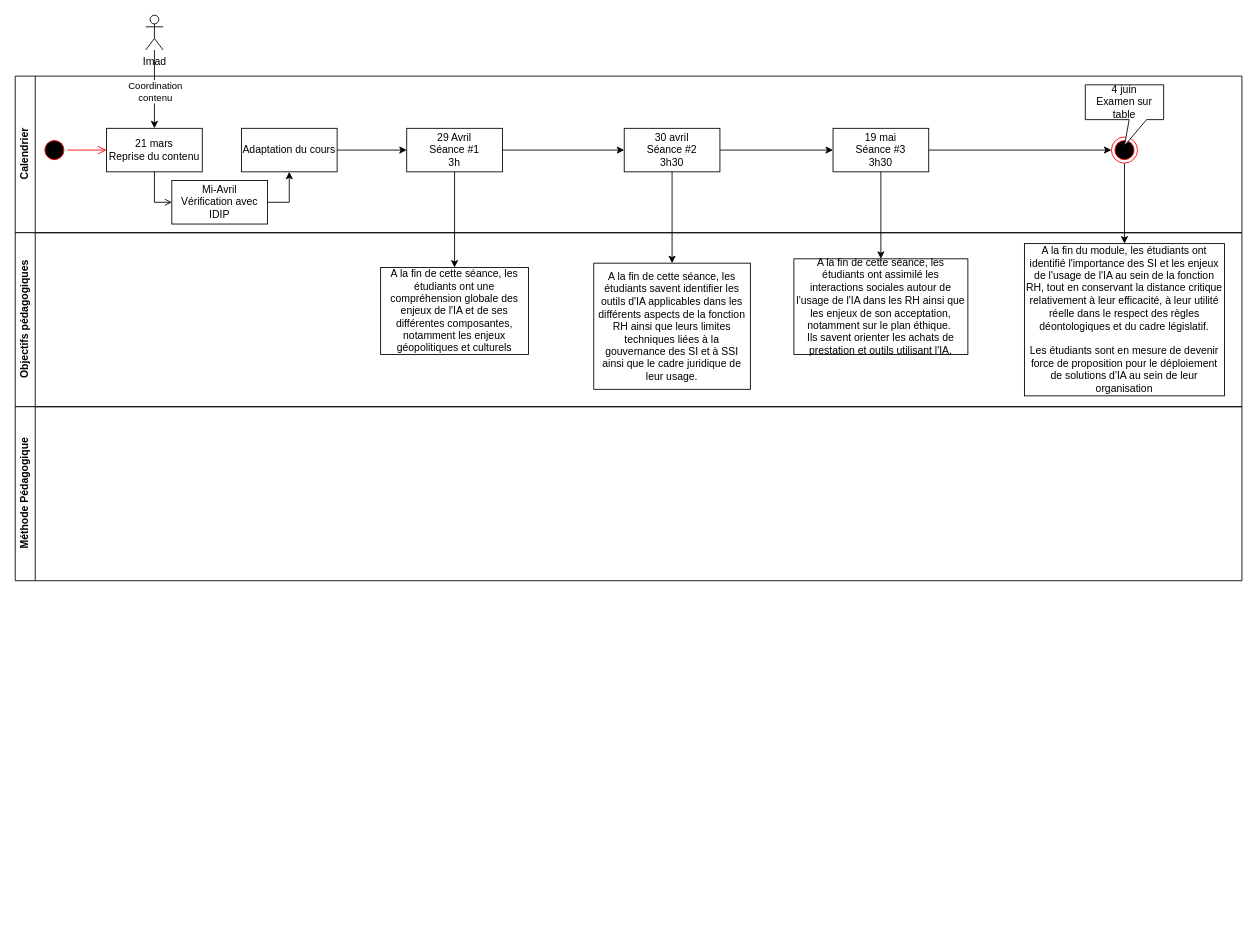
Before: page "Page-1" (1 of 2) of Cours IA et RH.drawio in Fabrice-64/Drawings, a draw.io diagram. Source tidied: cells renumbered, new cells numbered last; positions are measured from the earlier drawing's top-left corner, leaving out a move shared by most shapes. Both pictures are drawn from the tidied source at 87%, with x=0, y=0 at pixel (15, 15). Pictures stored in the file or linked from it are replaced by grey dashed boxes.
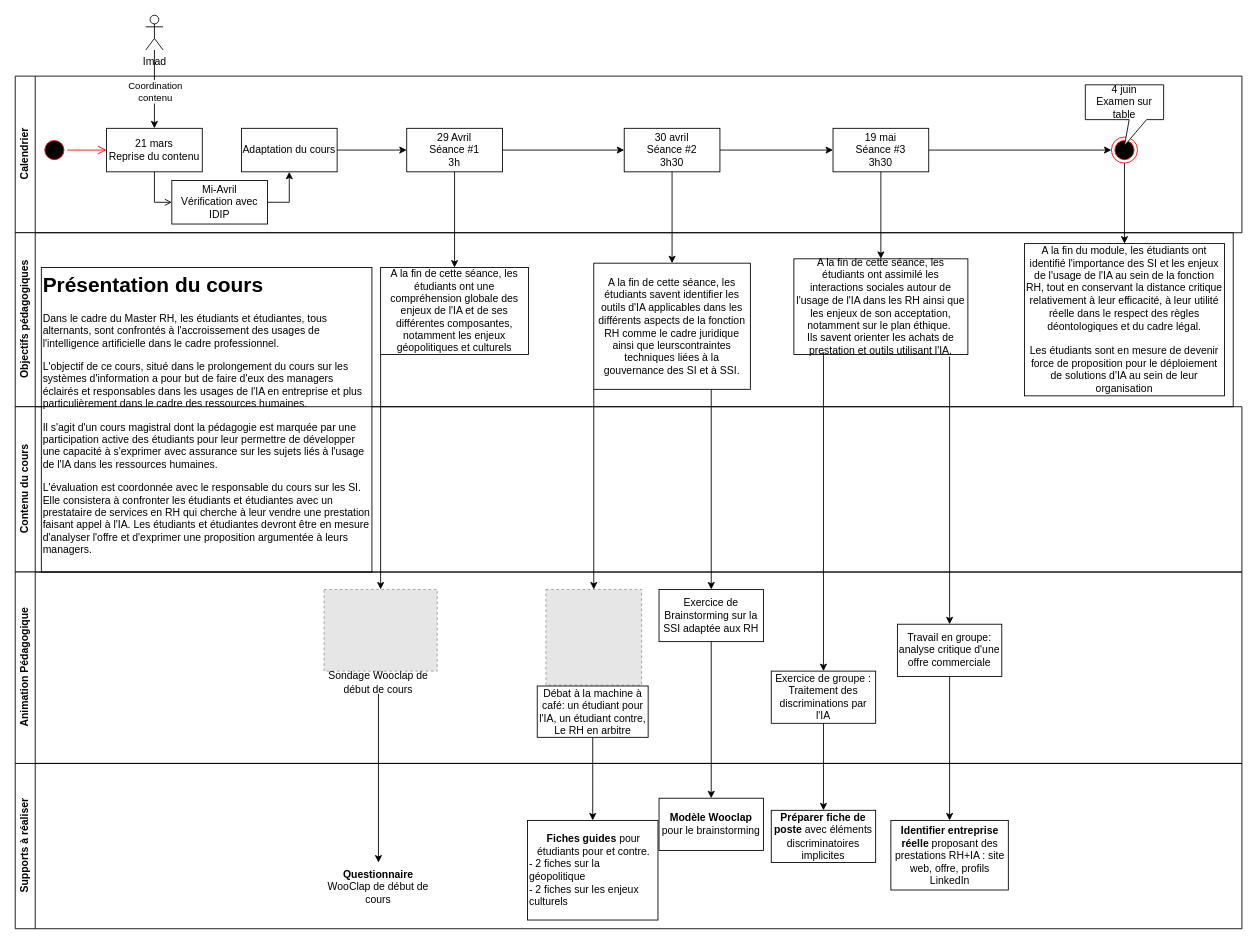
The same diagram, later.

Commit message:
Mettre à jour Cours IA et RH.drawio

Unchanged cells that the change refers to:
```xml
<mxCell id="11" value="29 Avril&lt;br&gt;Séance #1&lt;br&gt;3h" style="html=1;whiteSpace=wrap;" parent="2" vertex="1">
  <mxGeometry x="450" y="60" width="110" height="50" as="geometry" />
</mxCell>
<mxCell id="13" value="30 avril&lt;br&gt;Séance #2&lt;br&gt;3h30" style="html=1;whiteSpace=wrap;" parent="2" vertex="1">
  <mxGeometry x="700" y="60" width="110" height="50" as="geometry" />
</mxCell>
<mxCell id="15" value="19 mai&lt;br&gt;Séance #3&lt;br&gt;3h30" style="html=1;whiteSpace=wrap;" parent="2" vertex="1">
  <mxGeometry x="940" y="60" width="110" height="50" as="geometry" />
</mxCell>
<mxCell id="16" style="ellipse;html=1;shape=endState;fillColor=#000000;strokeColor=#ff0000;" parent="2" vertex="1">
  <mxGeometry x="1260" y="70" width="30" height="30" as="geometry" />
</mxCell>
<mxCell id="23" value="A la fin de cette séance, les étudiants ont une compréhension globale des enjeux de l'IA et de ses différentes composantes, notamment les enjeux géopolitiques et culturels" style="html=1;whiteSpace=wrap;movableLabel=0;" parent="22" vertex="1">
  <mxGeometry x="420" y="40" width="170" height="100" as="geometry" />
</mxCell>
<mxCell id="25" value="A la fin de cette séance, les étudiants ont assimilé les interactions sociales autour de l'usage de l'IA dans les RH ainsi que les enjeux de son acceptation, notamment sur le plan éthique.&amp;nbsp;&lt;br&gt;Ils savent orienter les achats de prestation et outils utilisant l'IA." style="html=1;whiteSpace=wrap;" parent="22" vertex="1">
  <mxGeometry x="895" y="30" width="200" height="110" as="geometry" />
</mxCell>
```

The edit, as a diff of the source:
```diff
@@
+    <mxCell id="28" style="edgeStyle=orthogonalEdgeStyle;rounded=0;jettySize=auto;html=1;" parent="1" edge="1" source="13" target="24">
+      <mxGeometry relative="1" as="geometry" />
+    </mxCell>
+    <mxCell id="29" style="edgeStyle=orthogonalEdgeStyle;rounded=0;jettySize=auto;html=1;entryX=0.5;entryY=0;entryDx=0;entryDy=0;" parent="1" edge="1" source="11" target="23">
+      <mxGeometry relative="1" as="geometry" />
+    </mxCell>
+    <mxCell id="30" style="edgeStyle=orthogonalEdgeStyle;rounded=0;jettySize=auto;html=1;entryX=0.5;entryY=0;entryDx=0;entryDy=0;" parent="1" edge="1" source="15" target="25">
+      <mxGeometry relative="1" as="geometry" />
+    </mxCell>
+    <mxCell id="31" style="edgeStyle=orthogonalEdgeStyle;rounded=0;jettySize=auto;html=1;exitX=0.5;exitY=1;exitDx=0;exitDy=0;entryX=0.5;entryY=0;entryDx=0;entryDy=0;" parent="1" edge="1" source="16" target="26">
+      <mxGeometry relative="1" as="geometry" />
+    </mxCell>
-    <mxCell id="22" value="Objectifs pédagogiques" style="swimlane;horizontal=0;whiteSpace=wrap;html=1;" parent="1" vertex="1">
-      <mxGeometry y="250" width="1410" height="200" as="geometry" />
+    <mxCell id="22" value="Objectifs pédagogiques" style="swimlane;horizontal=0;whiteSpace=wrap;html=1;perimeterSpacing=1;" parent="1" vertex="1">
+      <mxGeometry y="250" width="1400" height="200" as="geometry" />
     </mxCell>
@@
-    <mxCell id="24" value="A la fin de cette séance, les étudiants savent identifier les outils d'IA applicables dans les différents aspects de la fonction RH ainsi que leurs limites techniques liées à la gouvernance des SI et à SSI ainsi que le cadre juridique de leur usage." style="html=1;whiteSpace=wrap;" parent="22" vertex="1">
+    <mxCell id="24" value="A la fin de cette séance, les étudiants savent identifier les outils d'IA applicables dans les différents aspects de la fonction RH comme le cadre juridique ainsi que leurscontraintes techniques liées à la gouvernance des SI et à SSI." style="html=1;whiteSpace=wrap;" parent="22" vertex="1">
       <mxGeometry x="665" y="35" width="180" height="145" as="geometry" />
     </mxCell>
@@
-    <mxCell id="26" value="A la fin du module, les étudiants ont identifié l'importance des SI et les enjeux de l'usage de l'IA au sein de la fonction RH, tout en conservant la distance critique relativement à leur efficacité, à leur utilité réelle dans le respect des règles déontologiques et du cadre législatif.&lt;br&gt;&lt;br&gt;Les étudiants sont en mesure de devenir force de proposition pour le déploiement de solutions d'IA au sein de leur organisation" style="html=1;whiteSpace=wrap;" parent="22" vertex="1">
+    <mxCell id="26" value="A la fin du module, les étudiants ont identifié l'importance des SI et les enjeux de l'usage de l'IA au sein de la fonction RH, tout en conservant la distance critique relativement à leur efficacité, à leur utilité réelle dans le respect des règles déontologiques et du cadre légal.&lt;br&gt;&lt;br&gt;Les étudiants sont en mesure de devenir force de proposition pour le déploiement de solutions d'IA au sein de leur organisation" style="html=1;whiteSpace=wrap;" parent="22" vertex="1">
       <mxGeometry x="1160" y="12.5" width="230" height="175" as="geometry" />
     </mxCell>
-    <mxCell id="27" value="Méthode Pédagogique" style="swimlane;horizontal=0;whiteSpace=wrap;html=1;" parent="1" vertex="1">
-      <mxGeometry y="450" width="1410" height="200" as="geometry" />
-    </mxCell>
-    <mxCell id="28" style="edgeStyle=orthogonalEdgeStyle;rounded=0;jettySize=auto;html=1;" parent="1" edge="1" source="13" target="24">
-      <mxGeometry relative="1" as="geometry" />
-    </mxCell>
-    <mxCell id="29" style="edgeStyle=orthogonalEdgeStyle;rounded=0;jettySize=auto;html=1;entryX=0.5;entryY=0;entryDx=0;entryDy=0;" parent="1" edge="1" source="11" target="23">
-      <mxGeometry relative="1" as="geometry" />
-    </mxCell>
-    <mxCell id="30" style="edgeStyle=orthogonalEdgeStyle;rounded=0;jettySize=auto;html=1;entryX=0.5;entryY=0;entryDx=0;entryDy=0;" parent="1" edge="1" source="15" target="25">
-      <mxGeometry relative="1" as="geometry" />
-    </mxCell>
-    <mxCell id="31" style="edgeStyle=orthogonalEdgeStyle;rounded=0;jettySize=auto;html=1;exitX=0.5;exitY=1;exitDx=0;exitDy=0;entryX=0.5;entryY=0;entryDx=0;entryDy=0;" parent="1" edge="1" source="16" target="26">
-      <mxGeometry relative="1" as="geometry" />
-    </mxCell>
+    <mxCell id="32" value="&lt;h1 style=&quot;margin-top: 0px;&quot;&gt;Présentation du cours&lt;/h1&gt;&lt;p&gt;Dans le cadre du Master RH, les étudiants et étudiantes, tous alternants, sont confrontés à l'accroissement des usages de l'intelligence artificielle dans le cadre professionnel.&lt;/p&gt;&lt;p&gt;L'objectif de ce cours, situé dans le prolongement du cours sur les systèmes d'information a pour but de faire d'eux des managers éclairés et responsables dans les usages de l'IA en entreprise et plus particulièrement dans le cadre des ressources humaines.&lt;/p&gt;&lt;p&gt;Il s'agit d'un cours magistral dont la pédagogie est marquée par une participation active des étudiants pour leur permettre de développer une capacité à s'exprimer avec assurance sur les sujets liés à l'usage de l'IA dans les ressources humaines.&lt;/p&gt;&lt;p&gt;L'évaluation est coordonnée avec le responsable du cours sur les SI. Elle consistera à confronter les étudiants et étudiantes avec un prestataire de services en RH qui cherche à leur vendre une prestation faisant appel à l'IA.&amp;nbsp;Les étudiants et étudiantes devront être en mesure d'analyser l'offre et d'exprimer une proposition argumentée à leurs managers.&lt;/p&gt;&lt;p&gt;&lt;br&gt;&lt;/p&gt;&lt;p&gt;&lt;br&gt;&lt;/p&gt;" style="text;html=1;whiteSpace=wrap;overflow=hidden;rounded=0;fillColor=#FFFFFF;strokeColor=default;glass=0;" parent="22" vertex="1">
+      <mxGeometry x="30" y="40" width="380" height="350" as="geometry" />
+    </mxCell>
+    <mxCell id="33" value="Supports à réaliser" style="swimlane;horizontal=0;whiteSpace=wrap;html=1;perimeterSpacing=1;" parent="1" vertex="1">
+      <mxGeometry y="860" width="1410" height="190" as="geometry" />
+    </mxCell>
+    <mxCell id="34" value="&lt;b&gt;Questionnaire&lt;/b&gt; WooClap de début de cours" style="text;html=1;align=center;verticalAlign=middle;whiteSpace=wrap;rounded=0;" parent="33" vertex="1">
+      <mxGeometry x="355" y="113.9" width="125" height="56.1" as="geometry" />
+    </mxCell>
+    <mxCell id="35" value="&lt;div style=&quot;text-align: center;&quot;&gt;&lt;span style=&quot;background-color: transparent; color: light-dark(rgb(0, 0, 0), rgb(255, 255, 255));&quot;&gt;&lt;b&gt;Fiches guides&lt;/b&gt; pour étudiants pour et contre.&lt;/span&gt;&lt;/div&gt;&lt;div style=&quot;&quot;&gt;&lt;span style=&quot;background-color: transparent; color: light-dark(rgb(0, 0, 0), rgb(255, 255, 255));&quot;&gt;- 2 fiches sur la géopolitique&lt;/span&gt;&lt;/div&gt;&lt;div&gt;- 2 fiches sur les enjeux culturels&lt;/div&gt;" style="text;html=1;align=left;verticalAlign=middle;whiteSpace=wrap;rounded=0;strokeColor=default;" parent="33" vertex="1">
+      <mxGeometry x="588.8" y="65.5" width="150" height="114.5" as="geometry" />
+    </mxCell>
+    <mxCell id="36" value="&lt;b&gt;Identifier entreprise réelle&lt;/b&gt; proposant des prestations RH+IA : site web, offre, profils LinkedIn" style="whiteSpace=wrap;html=1;" parent="33" vertex="1">
+      <mxGeometry x="1006.5" y="65.5" width="135" height="80" as="geometry" />
+    </mxCell>
+    <mxCell id="37" value="&lt;b&gt;Modèle Wooclap&lt;/b&gt; pour le brainstorming" style="whiteSpace=wrap;html=1;" parent="33" vertex="1">
+      <mxGeometry x="740" y="40" width="120" height="60" as="geometry" />
+    </mxCell>
+    <mxCell id="38" value="&lt;b&gt;Préparer fiche de poste&lt;/b&gt; avec éléments discriminatoires implicites" style="rounded=0;whiteSpace=wrap;html=1;" parent="33" vertex="1">
+      <mxGeometry x="869" y="53.9" width="120" height="60" as="geometry" />
+    </mxCell>
+    <mxCell id="39" style="edgeStyle=orthogonalEdgeStyle;rounded=0;jettySize=auto;html=1;exitX=0.895;exitY=1.023;exitDx=0;exitDy=0;exitPerimeter=0;" parent="1" edge="1" source="25" target="49">
+      <mxGeometry relative="1" as="geometry" />
+    </mxCell>
+    <mxCell id="40" value="Contenu du cours" style="swimlane;horizontal=0;whiteSpace=wrap;html=1;perimeterSpacing=1;" parent="1" vertex="1">
+      <mxGeometry y="450" width="1410" height="190" as="geometry" />
+    </mxCell>
+    <mxCell id="41" style="edgeStyle=orthogonalEdgeStyle;rounded=0;jettySize=auto;html=1;" parent="1" edge="1" source="46" target="34">
+      <mxGeometry relative="1" as="geometry" />
+    </mxCell>
+    <mxCell id="42" style="edgeStyle=orthogonalEdgeStyle;rounded=0;jettySize=auto;html=1;entryX=0.5;entryY=0;entryDx=0;entryDy=0;" parent="1" edge="1" source="48" target="35">
+      <mxGeometry relative="1" as="geometry" />
+    </mxCell>
+    <mxCell id="43" style="edgeStyle=orthogonalEdgeStyle;rounded=0;jettySize=auto;html=1;" parent="1" edge="1" source="49" target="36">
+      <mxGeometry relative="1" as="geometry" />
+    </mxCell>
+    <mxCell id="44" value="Animation Pédagogique" style="swimlane;horizontal=0;whiteSpace=wrap;html=1;perimeterSpacing=1;" parent="1" vertex="1">
+      <mxGeometry y="640" width="1410" height="220" as="geometry" />
+    </mxCell>
+    <mxCell id="45" style="fillColor=#E6E6E6;strokeColor=#999999;dashed=1;verticalLabelPosition=bottom;verticalAlign=top;" parent="44" vertex="1">
+      <mxGeometry x="355" y="20" width="130" height="93.9" as="geometry" />
+    </mxCell>
+    <mxCell id="46" value="Sondage Wooclap de début de cours" style="text;html=1;align=center;verticalAlign=middle;whiteSpace=wrap;rounded=0;" parent="44" vertex="1">
+      <mxGeometry x="355" y="113.9" width="125" height="26.1" as="geometry" />
+    </mxCell>
+    <mxCell id="47" style="fillColor=#E6E6E6;strokeColor=#999999;dashed=1;verticalLabelPosition=bottom;verticalAlign=top;" parent="44" vertex="1">
+      <mxGeometry x="610" y="20" width="110" height="110" as="geometry" />
+    </mxCell>
+    <mxCell id="48" value="Débat à la machine à café: un étudiant pour l'IA, un étudiant contre,&lt;br&gt;Le RH en arbitre" style="text;html=1;align=center;verticalAlign=middle;whiteSpace=wrap;rounded=0;strokeColor=default;" parent="44" vertex="1">
+      <mxGeometry x="600" y="131" width="127.5" height="59" as="geometry" />
+    </mxCell>
+    <mxCell id="49" value="Travail en groupe: analyse critique d'une offre commerciale" style="whiteSpace=wrap;html=1;" parent="44" vertex="1">
+      <mxGeometry x="1014" y="60" width="120" height="60" as="geometry" />
+    </mxCell>
+    <mxCell id="50" value="Exercice de Brainstorming sur la SSI adaptée aux RH" style="whiteSpace=wrap;html=1;" parent="44" vertex="1">
+      <mxGeometry x="740" y="20" width="120" height="60" as="geometry" />
+    </mxCell>
+    <mxCell id="51" value="Exercice de groupe : Traitement des discriminations par l'IA" style="whiteSpace=wrap;html=1;" parent="44" vertex="1">
+      <mxGeometry x="869" y="113.9" width="120" height="60" as="geometry" />
+    </mxCell>
+    <mxCell id="52" style="edgeStyle=orthogonalEdgeStyle;rounded=0;jettySize=auto;html=1;exitX=0.75;exitY=1;exitDx=0;exitDy=0;entryX=0.5;entryY=0;entryDx=0;entryDy=0;" parent="1" edge="1" source="24" target="50">
+      <mxGeometry relative="1" as="geometry" />
+    </mxCell>
+    <mxCell id="53" style="edgeStyle=orthogonalEdgeStyle;rounded=0;jettySize=auto;html=1;exitX=0;exitY=1;exitDx=0;exitDy=0;entryX=0.5;entryY=0;entryDx=0;entryDy=0;" parent="1" edge="1" source="23" target="45">
+      <mxGeometry relative="1" as="geometry" />
+    </mxCell>
+    <mxCell id="54" style="edgeStyle=orthogonalEdgeStyle;rounded=0;jettySize=auto;html=1;exitX=0;exitY=1;exitDx=0;exitDy=0;entryX=0.5;entryY=0;entryDx=0;entryDy=0;" parent="1" edge="1" source="24" target="47">
+      <mxGeometry relative="1" as="geometry" />
+    </mxCell>
+    <mxCell id="55" style="edgeStyle=orthogonalEdgeStyle;rounded=0;jettySize=auto;html=1;" parent="1" edge="1" source="50" target="37">
+      <mxGeometry relative="1" as="geometry" />
+    </mxCell>
+    <mxCell id="56" style="edgeStyle=orthogonalEdgeStyle;rounded=0;jettySize=auto;html=1;exitX=0.17;exitY=0.977;exitDx=0;exitDy=0;exitPerimeter=0;" parent="1" edge="1" source="25" target="51">
+      <mxGeometry relative="1" as="geometry" />
+    </mxCell>
+    <mxCell id="57" style="edgeStyle=orthogonalEdgeStyle;rounded=0;jettySize=auto;html=1;entryX=0.5;entryY=0;entryDx=0;entryDy=0;" parent="1" edge="1" source="51" target="38">
+      <mxGeometry relative="1" as="geometry" />
+    </mxCell>
```
